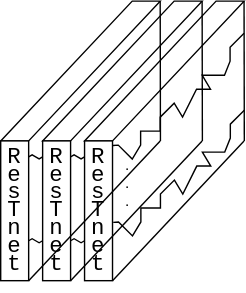
Earlier version of the draw.io export littlepaper/图4 网络模型结构图.svg (wangxinzhi0/draw.io). Source tidied: cells renumbered, new cells last; positions are measured from the earlier drawing's top-left corner, leaving out a move shared by most shapes.
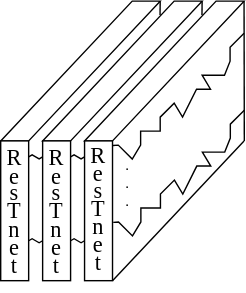
Later version of the same file.

Commit message:
Update 图4 网络模型结构图.svg

Change to the diagram source:
```diff
@@ -8,7 +8,7 @@
     <mxCell id="3" style="shape=parallelogram;perimeter=parallelogramPerimeter;whiteSpace=wrap;html=1;fixedSize=1;rotation=0;size=94.11000000000001;" parent="2" vertex="1">
       <mxGeometry width="114.1" height="100" as="geometry" />
     </mxCell>
-    <mxCell id="4" value="&lt;p style=&quot;line-height: 1.2&quot;&gt;&lt;/p&gt;&lt;h3&gt;&lt;/h3&gt;&lt;pre style=&quot;line-height: 0.8 ; font-size: 16px&quot;&gt;&lt;span&gt;R&lt;br&gt;&lt;/span&gt;&lt;span&gt;e&lt;br&gt;&lt;/span&gt;&lt;span&gt;s&lt;br&gt;&lt;/span&gt;&lt;span&gt;T&lt;br&gt;&lt;/span&gt;&lt;span&gt;n&lt;br&gt;&lt;/span&gt;&lt;span&gt;e&lt;br&gt;&lt;/span&gt;&lt;span&gt;t&lt;/span&gt;&lt;/pre&gt;&lt;p&gt;&lt;/p&gt;" style="rounded=0;whiteSpace=wrap;html=1;align=center;" parent="2" vertex="1">
+    <mxCell id="4" value="&lt;p style=&quot;line-height: 1.2&quot;&gt;&lt;/p&gt;&lt;h3&gt;&lt;/h3&gt;&lt;pre style=&quot;line-height: 0.8 ; font-size: 16px&quot;&gt;&lt;font face=&quot;Times New Roman&quot; style=&quot;font-size: 16px ; line-height: 0.6&quot;&gt;&lt;span&gt;R&lt;br&gt;&lt;/span&gt;&lt;span&gt;e&lt;br&gt;&lt;/span&gt;&lt;span&gt;s&lt;br&gt;&lt;/span&gt;&lt;span&gt;T&lt;br&gt;&lt;/span&gt;&lt;span&gt;n&lt;br&gt;&lt;/span&gt;&lt;span&gt;e&lt;br&gt;&lt;/span&gt;&lt;span&gt;t&lt;/span&gt;&lt;/font&gt;&lt;/pre&gt;&lt;p&gt;&lt;/p&gt;" style="rounded=0;whiteSpace=wrap;html=1;align=center;" parent="2" vertex="1">
       <mxGeometry y="100" width="20" height="100" as="geometry" />
     </mxCell>
     <mxCell id="5" style="endArrow=none;html=1;rounded=0;exitX=1;exitY=1;exitDx=0;exitDy=0;" parent="2" edge="1" source="4">
@@ -69,66 +69,50 @@
     <mxCell id="9" value=".&lt;br style=&quot;font-size: 11px;&quot;&gt;.&lt;br style=&quot;font-size: 11px;&quot;&gt;." style="text;html=1;strokeColor=none;fillColor=none;align=center;verticalAlign=middle;whiteSpace=wrap;rounded=0;fontFamily=Helvetica;fontSize=11;" parent="2" vertex="1">
       <mxGeometry x="21" y="107" width="20" height="45" as="geometry" />
     </mxCell>
-    <mxCell id="10" style="group;" parent="2" vertex="1">
-      <mxGeometry x="-30" width="114.3" height="200" as="geometry" />
-    </mxCell>
-    <mxCell id="11" style="shape=parallelogram;perimeter=parallelogramPerimeter;whiteSpace=wrap;html=1;fixedSize=1;rotation=0;size=94.11000000000001;" parent="10" vertex="1">
-      <mxGeometry width="114.1" height="100" as="geometry" />
+    <mxCell id="11" style="shape=parallelogram;perimeter=parallelogramPerimeter;whiteSpace=wrap;html=1;fixedSize=1;rotation=0;size=94.11000000000001;" parent="2" vertex="1">
+      <mxGeometry x="-30" width="114.1" height="100" as="geometry" />
     </mxCell>
-    <mxCell id="12" value="&lt;p style=&quot;line-height: 1.2&quot;&gt;&lt;/p&gt;&lt;h3&gt;&lt;/h3&gt;&lt;pre style=&quot;line-height: 0.8 ; font-size: 16px&quot;&gt;&lt;span&gt;R&lt;br&gt;&lt;/span&gt;&lt;span&gt;e&lt;br&gt;&lt;/span&gt;&lt;span&gt;s&lt;br&gt;&lt;/span&gt;&lt;span&gt;T&lt;br&gt;&lt;/span&gt;&lt;span&gt;n&lt;br&gt;&lt;/span&gt;&lt;span&gt;e&lt;br&gt;&lt;/span&gt;&lt;span&gt;t&lt;/span&gt;&lt;/pre&gt;&lt;p&gt;&lt;/p&gt;" style="rounded=0;whiteSpace=wrap;html=1;align=center;" parent="10" vertex="1">
-      <mxGeometry y="100" width="20" height="100" as="geometry" />
+    <mxCell id="12" value="&lt;p style=&quot;line-height: 1.2&quot;&gt;&lt;/p&gt;&lt;h3&gt;&lt;/h3&gt;&lt;div style=&quot;line-height: 0.8 ; font-size: 16px&quot;&gt;&lt;span&gt;R&lt;br&gt;&lt;/span&gt;&lt;span&gt;e&lt;br&gt;&lt;/span&gt;&lt;span&gt;s&lt;br&gt;&lt;/span&gt;&lt;span&gt;T&lt;br&gt;&lt;/span&gt;&lt;span&gt;n&lt;br&gt;&lt;/span&gt;&lt;span&gt;e&lt;br&gt;&lt;/span&gt;&lt;span&gt;t&lt;/span&gt;&lt;/div&gt;&lt;p&gt;&lt;/p&gt;" style="rounded=0;whiteSpace=wrap;html=1;align=center;fontFamily=Times New Roman;" parent="2" vertex="1">
+      <mxGeometry x="-30" y="100" width="20" height="100" as="geometry" />
     </mxCell>
-    <mxCell id="13" style="endArrow=none;html=1;rounded=0;exitX=1;exitY=1;exitDx=0;exitDy=0;" parent="10" edge="1" source="12">
-      <mxGeometry as="geometry">
-        <mxPoint x="114.1" y="100" as="targetPoint" />
-      </mxGeometry>
-    </mxCell>
-    <mxCell id="14" style="endArrow=none;html=1;rounded=0;" parent="10" edge="1">
-      <mxGeometry as="geometry">
-        <mxPoint x="114.3" y="100" as="sourcePoint" />
-        <mxPoint x="114.1" as="targetPoint" />
+    <mxCell id="14" style="endArrow=none;html=1;rounded=0;" parent="2" edge="1">
+      <mxGeometry x="-30" as="geometry">
+        <mxPoint x="84" y="10" as="sourcePoint" />
+        <mxPoint x="84.1" as="targetPoint" />
       </mxGeometry>
     </mxCell>
-    <mxCell id="15" style="edgeStyle=isometricEdgeStyle;endArrow=none;html=1;rounded=0;fontFamily=Helvetica;fontSize=11;strokeWidth=0.5;jumpSize=2;" parent="10" edge="1">
-      <mxGeometry relative="1" as="geometry">
-        <mxPoint x="20" y="111.4" as="sourcePoint" />
-        <mxPoint x="30" y="111.4" as="targetPoint" />
+    <mxCell id="15" style="edgeStyle=isometricEdgeStyle;endArrow=none;html=1;rounded=0;fontFamily=Helvetica;fontSize=11;strokeWidth=0.5;jumpSize=2;" parent="2" edge="1">
+      <mxGeometry x="390" y="270" as="geometry">
+        <mxPoint x="-10" y="111.4" as="sourcePoint" />
+        <mxPoint y="111.4" as="targetPoint" />
       </mxGeometry>
     </mxCell>
-    <mxCell id="16" style="edgeStyle=isometricEdgeStyle;endArrow=none;html=1;rounded=0;fontFamily=Helvetica;fontSize=11;strokeWidth=0.5;jumpSize=2;" parent="10" edge="1">
-      <mxGeometry relative="1" as="geometry">
-        <mxPoint x="20" y="171.4" as="sourcePoint" />
-        <mxPoint x="30" y="171.4" as="targetPoint" />
+    <mxCell id="16" style="edgeStyle=isometricEdgeStyle;endArrow=none;html=1;rounded=0;fontFamily=Helvetica;fontSize=11;strokeWidth=0.5;jumpSize=2;" parent="2" edge="1">
+      <mxGeometry x="390" y="270" as="geometry">
+        <mxPoint x="-10" y="171.4" as="sourcePoint" />
+        <mxPoint y="171.4" as="targetPoint" />
       </mxGeometry>
     </mxCell>
-    <mxCell id="17" style="group;" parent="1" vertex="1">
-      <mxGeometry width="114.3" height="200" as="geometry" />
-    </mxCell>
-    <mxCell id="18" style="shape=parallelogram;perimeter=parallelogramPerimeter;whiteSpace=wrap;html=1;fixedSize=1;rotation=0;size=94.11000000000001;" parent="17" vertex="1">
+    <mxCell id="18" style="shape=parallelogram;perimeter=parallelogramPerimeter;whiteSpace=wrap;html=1;fixedSize=1;rotation=0;size=94.11000000000001;" parent="1" vertex="1">
       <mxGeometry width="114.1" height="100" as="geometry" />
     </mxCell>
-    <mxCell id="19" value="&lt;p style=&quot;line-height: 1.2&quot;&gt;&lt;/p&gt;&lt;h3&gt;&lt;/h3&gt;&lt;pre style=&quot;line-height: 0.8 ; font-size: 16px&quot;&gt;&lt;span&gt;R&lt;br&gt;&lt;/span&gt;&lt;span&gt;e&lt;br&gt;&lt;/span&gt;&lt;span&gt;s&lt;br&gt;&lt;/span&gt;&lt;span&gt;T&lt;br&gt;&lt;/span&gt;&lt;span&gt;n&lt;br&gt;&lt;/span&gt;&lt;span&gt;e&lt;br&gt;&lt;/span&gt;&lt;span&gt;t&lt;/span&gt;&lt;/pre&gt;&lt;p&gt;&lt;/p&gt;" style="rounded=0;whiteSpace=wrap;html=1;align=center;" parent="17" vertex="1">
+    <mxCell id="19" value="&lt;p style=&quot;line-height: 1.2&quot;&gt;&lt;/p&gt;&lt;h3&gt;&lt;/h3&gt;&lt;div style=&quot;line-height: 0.8 ; font-size: 16px&quot;&gt;&lt;span&gt;R&lt;br&gt;&lt;/span&gt;&lt;span&gt;e&lt;br&gt;&lt;/span&gt;&lt;span&gt;s&lt;br&gt;&lt;/span&gt;&lt;span&gt;T&lt;br&gt;&lt;/span&gt;&lt;span&gt;n&lt;br&gt;&lt;/span&gt;&lt;span&gt;e&lt;br&gt;&lt;/span&gt;&lt;span&gt;t&lt;/span&gt;&lt;/div&gt;&lt;p&gt;&lt;/p&gt;" style="rounded=0;whiteSpace=wrap;html=1;align=center;fontFamily=Times New Roman;" parent="1" vertex="1">
       <mxGeometry y="100" width="20" height="100" as="geometry" />
     </mxCell>
-    <mxCell id="20" style="endArrow=none;html=1;rounded=0;exitX=1;exitY=1;exitDx=0;exitDy=0;" parent="17" edge="1" source="19">
-      <mxGeometry as="geometry">
-        <mxPoint x="114.1" y="100" as="targetPoint" />
-      </mxGeometry>
-    </mxCell>
-    <mxCell id="21" style="endArrow=none;html=1;rounded=0;" parent="17" edge="1">
-      <mxGeometry as="geometry">
-        <mxPoint x="114.3" y="100" as="sourcePoint" />
+    <mxCell id="21" style="endArrow=none;html=1;rounded=0;" parent="1" edge="1">
+      <mxGeometry x="360" y="270" as="geometry">
+        <mxPoint x="114" y="10" as="sourcePoint" />
         <mxPoint x="114.1" as="targetPoint" />
       </mxGeometry>
     </mxCell>
-    <mxCell id="22" style="edgeStyle=isometricEdgeStyle;endArrow=none;html=1;rounded=0;fontFamily=Helvetica;fontSize=11;strokeWidth=0.5;jumpSize=2;" parent="17" edge="1">
-      <mxGeometry relative="1" as="geometry">
+    <mxCell id="22" style="edgeStyle=isometricEdgeStyle;endArrow=none;html=1;rounded=0;fontFamily=Helvetica;fontSize=11;strokeWidth=0.5;jumpSize=2;" parent="1" edge="1">
+      <mxGeometry x="360" y="270" as="geometry">
         <mxPoint x="20" y="111.4" as="sourcePoint" />
         <mxPoint x="30" y="111.4" as="targetPoint" />
       </mxGeometry>
     </mxCell>
-    <mxCell id="23" style="edgeStyle=isometricEdgeStyle;endArrow=none;html=1;rounded=0;fontFamily=Helvetica;fontSize=11;strokeWidth=0.5;jumpSize=2;" parent="17" edge="1">
-      <mxGeometry relative="1" as="geometry">
+    <mxCell id="23" style="edgeStyle=isometricEdgeStyle;endArrow=none;html=1;rounded=0;fontFamily=Helvetica;fontSize=11;strokeWidth=0.5;jumpSize=2;" parent="1" edge="1">
+      <mxGeometry x="360" y="270" as="geometry">
         <mxPoint x="20" y="171.4" as="sourcePoint" />
         <mxPoint x="30" y="171.4" as="targetPoint" />
       </mxGeometry>
```
